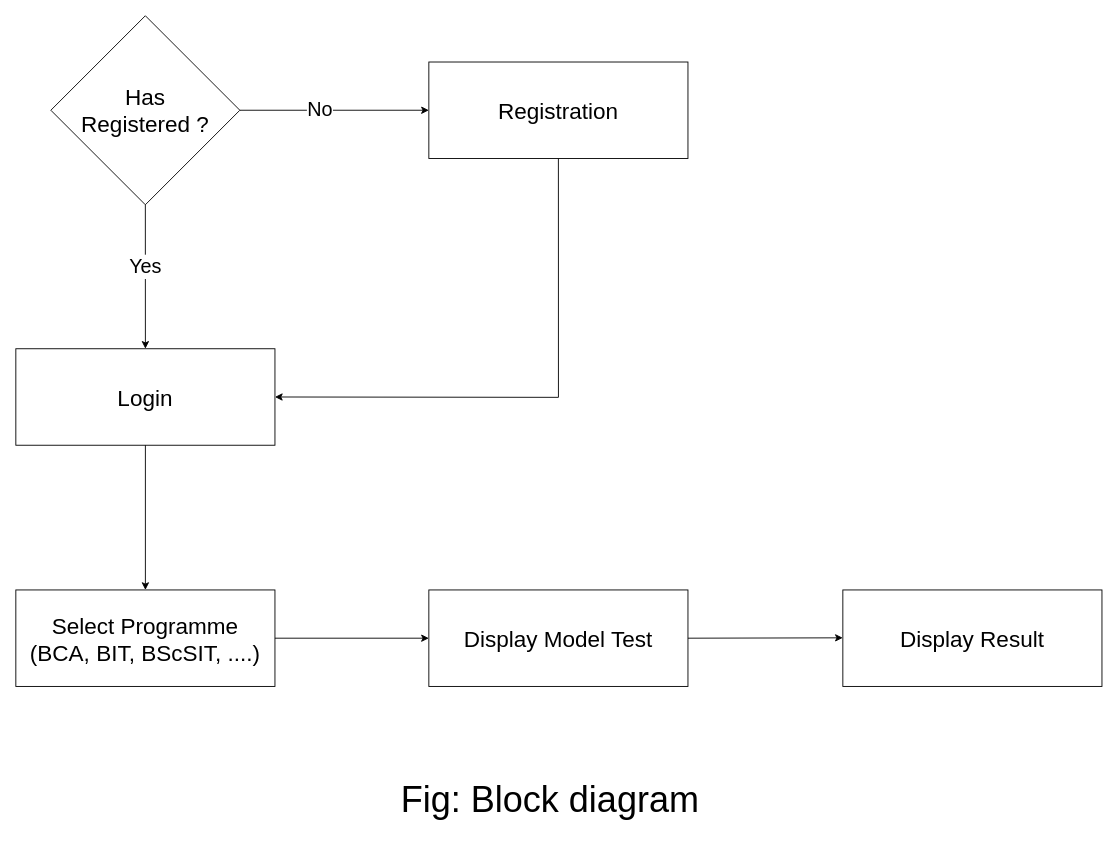
Earlier version of the draw.io diagram static/Project Diagram/Block Diagram.drawio (sainisoftravi/online_entrance). Source tidied: cells renumbered, new cells numbered last; positions are measured from the earlier drawing's top-left corner, leaving out a move shared by most shapes. Both pictures are drawn from the tidied source at 90%, with x=0, y=0 at pixel (15, 15).
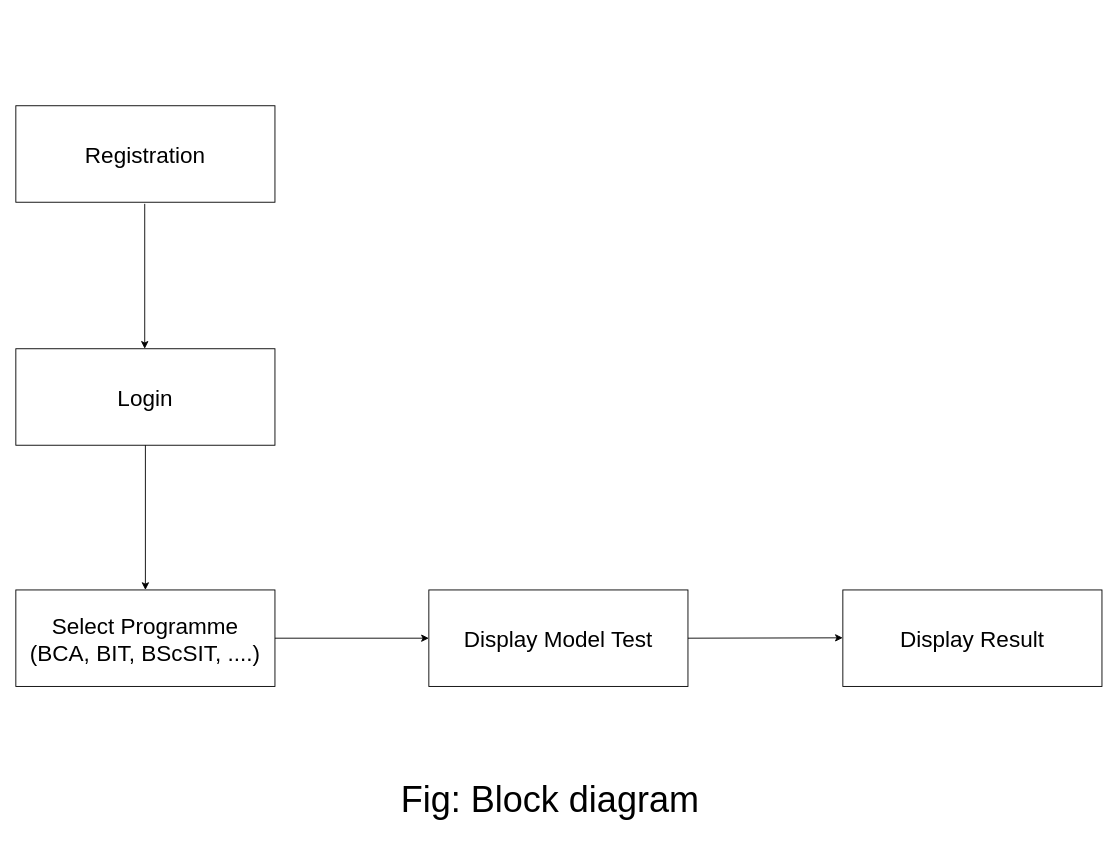
After the change.

Commit message (it also covers changes not shown here):
Updated Block Diagram

What changed in the source:
```diff
@@
 <mxGraphModel>
   <root>
     <mxCell id="0" />
     <mxCell id="1" parent="0" />
-    <mxCell id="2" style="edgeStyle=orthogonalEdgeStyle;rounded=0;jettySize=auto;html=1;entryX=0;entryY=0.5;entryDx=0;entryDy=0;" parent="1" edge="1" source="4" target="10">
-      <mxGeometry relative="1" as="geometry" />
-    </mxCell>
-    <mxCell id="3" value="&lt;font style=&quot;font-size: 22px;&quot;&gt;No&lt;/font&gt;" style="edgeLabel;html=1;align=center;verticalAlign=middle;" parent="2" vertex="1">
-      <mxGeometry x="-0.16" y="1" relative="1" as="geometry" />
-    </mxCell>
-    <mxCell id="4" value="&lt;div style=&quot;font-size: 25px;&quot;&gt;&lt;span style=&quot;background-color: initial;&quot;&gt;&lt;font style=&quot;font-size: 25px;&quot;&gt;Has&lt;/font&gt;&lt;/span&gt;&lt;/div&gt;&lt;div style=&quot;font-size: 25px;&quot;&gt;&lt;span style=&quot;background-color: initial;&quot;&gt;&lt;font style=&quot;font-size: 25px;&quot;&gt;Registered ?&lt;/font&gt;&lt;/span&gt;&lt;/div&gt;" style="rhombus;whiteSpace=wrap;html=1;align=center;" parent="1" vertex="1">
-      <mxGeometry x="39" width="210" height="210" as="geometry" />
-    </mxCell>
-    <mxCell id="5" style="endArrow=classic;html=1;rounded=0;exitX=0.5;exitY=1;exitDx=0;exitDy=0;entryX=0.5;entryY=0;entryDx=0;entryDy=0;" parent="1" edge="1" source="4" target="9">
-      <mxGeometry relative="1" as="geometry" />
-    </mxCell>
-    <mxCell id="6" value="&lt;font style=&quot;font-size: 22px;&quot;&gt;Yes&lt;/font&gt;" style="edgeLabel;html=1;align=center;verticalAlign=middle;" parent="5" vertex="1">
-      <mxGeometry x="-0.15" y="-1" relative="1" as="geometry" />
-    </mxCell>
-    <mxCell id="7" style="endArrow=classic;html=1;rounded=0;exitX=0.5;exitY=1;exitDx=0;exitDy=0;entryX=1;entryY=0.5;entryDx=0;entryDy=0;" parent="1" edge="1" source="10" target="9">
-      <mxGeometry relative="1" as="geometry">
-        <Array as="points">
-          <mxPoint x="603" y="424" />
-        </Array>
-      </mxGeometry>
-    </mxCell>
     <mxCell id="8" value="&lt;font style=&quot;font-size: 25px;&quot;&gt;Select Programme&lt;br&gt;(BCA, BIT, BScSIT, ....)&lt;br&gt;&lt;/font&gt;" style="whiteSpace=wrap;html=1;" parent="1" vertex="1">
       <mxGeometry x="0.1" y="638" width="287.9" height="107.2" as="geometry" />
     </mxCell>
     <mxCell id="9" value="&lt;font style=&quot;&quot;&gt;&lt;font style=&quot;font-size: 25px;&quot;&gt;Login&lt;/font&gt;&lt;br&gt;&lt;/font&gt;" style="whiteSpace=wrap;html=1;" parent="1" vertex="1">
       <mxGeometry x="0.1" y="370" width="287.9" height="107.2" as="geometry" />
     </mxCell>
     <mxCell id="10" value="&lt;font style=&quot;&quot;&gt;&lt;font style=&quot;font-size: 25px;&quot;&gt;Registration&lt;/font&gt;&lt;br&gt;&lt;/font&gt;" style="whiteSpace=wrap;html=1;" parent="1" vertex="1">
-      <mxGeometry x="459" y="51.4" width="287.9" height="107.2" as="geometry" />
+      <mxGeometry x="0.1" y="100" width="287.9" height="107.2" as="geometry" />
     </mxCell>
     <mxCell id="11" value="&lt;font style=&quot;&quot;&gt;&lt;font style=&quot;font-size: 25px;&quot;&gt;Display Model Test&lt;/font&gt;&lt;br&gt;&lt;/font&gt;" style="whiteSpace=wrap;html=1;" parent="1" vertex="1">
       <mxGeometry x="459" y="638" width="287.9" height="107.2" as="geometry" />
     </mxCell>
     <mxCell id="12" value="&lt;font style=&quot;&quot;&gt;&lt;font style=&quot;font-size: 25px;&quot;&gt;Display Result&lt;/font&gt;&lt;br&gt;&lt;/font&gt;" style="whiteSpace=wrap;html=1;" parent="1" vertex="1">
       <mxGeometry x="919" y="638" width="287.9" height="107.2" as="geometry" />
     </mxCell>
     <mxCell id="13" style="endArrow=classic;html=1;rounded=0;exitX=0.5;exitY=1;exitDx=0;exitDy=0;entryX=0.5;entryY=0;entryDx=0;entryDy=0;" parent="1" edge="1" source="9" target="8">
       <mxGeometry relative="1" as="geometry" />
     </mxCell>
     <mxCell id="14" style="endArrow=classic;html=1;rounded=0;exitX=1;exitY=0.5;exitDx=0;exitDy=0;entryX=0;entryY=0.5;entryDx=0;entryDy=0;" parent="1" edge="1" source="8" target="11">
       <mxGeometry relative="1" as="geometry" />
     </mxCell>
     <mxCell id="15" style="endArrow=classic;html=1;rounded=0;exitX=1;exitY=0.5;exitDx=0;exitDy=0;entryX=0;entryY=0.5;entryDx=0;entryDy=0;" parent="1" edge="1" source="11">
       <mxGeometry relative="1" as="geometry">
         <mxPoint x="918.9" y="691.2" as="targetPoint" />
       </mxGeometry>
     </mxCell>
     <mxCell id="16" value="&lt;font style=&quot;font-size: 40px;&quot;&gt;Fig: Block diagram&amp;nbsp;&lt;/font&gt;" style="text;html=1;align=center;verticalAlign=middle;strokeColor=none;fillColor=none;" parent="1" vertex="1">
       <mxGeometry x="419" y="840" width="360" height="60" as="geometry" />
     </mxCell>
+    <mxCell id="17" style="endArrow=classic;html=1;rounded=0;exitX=0.5;exitY=1;exitDx=0;exitDy=0;entryX=0.5;entryY=0;entryDx=0;entryDy=0;" parent="1" edge="1">
+      <mxGeometry relative="1" as="geometry">
+        <mxPoint x="143.3" y="209" as="sourcePoint" />
+        <mxPoint x="143.3" y="370" as="targetPoint" />
+      </mxGeometry>
+    </mxCell>
   </root>
 </mxGraphModel>
```
